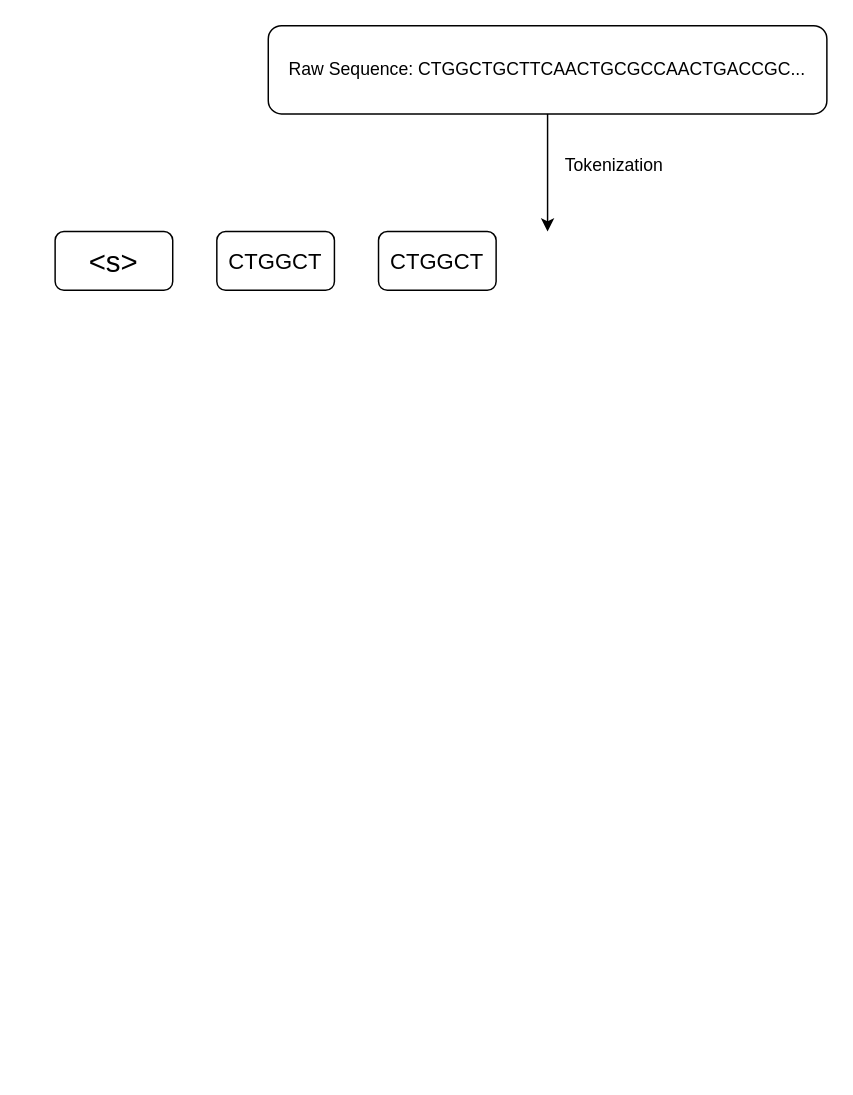
Earlier version of the draw.io diagram images/Model1.drawio (yang-shuai-yu/yang-shuai-yu.github.io). Source tidied: cells renumbered, new cells numbered last; positions are measured from the earlier drawing's top-left corner, leaving out a move shared by most shapes. Both pictures are drawn from the tidied source at 147%, with x=0, y=0 at pixel (54, 25).
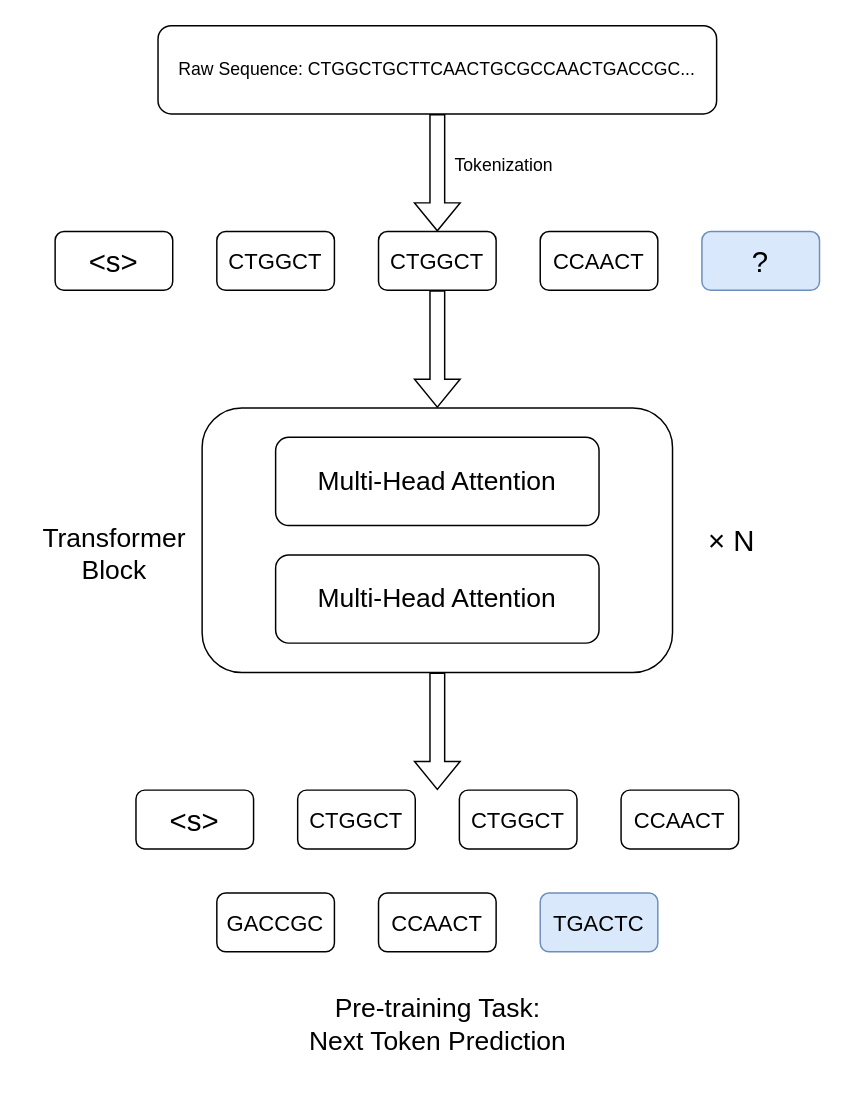
The same page after the edit.

The edit, as a diff of the source:
```diff
@@
     <mxCell id="2" value="Raw Sequence:&amp;nbsp;CTGGCTGCTTCAACTGCGCCAACTGACCGC..." style="rounded=1;whiteSpace=wrap;html=1;" parent="1" vertex="1">
-      <mxGeometry x="145" width="380" height="60" as="geometry" />
+      <mxGeometry x="70" width="380" height="60" as="geometry" />
     </mxCell>
-    <mxCell id="3" style="endArrow=classic;html=1;rounded=0;exitX=0.5;exitY=1;exitDx=0;exitDy=0;" parent="1" edge="1" source="2">
+    <mxCell id="3" style="endArrow=classic;html=1;rounded=0;exitX=0.5;exitY=1;exitDx=0;exitDy=0;strokeWidth=1;shape=flexArrow;" parent="1" edge="1" source="2">
       <mxGeometry relative="1" as="geometry">
-        <mxPoint x="335" y="140" as="targetPoint" />
+        <mxPoint x="260" y="140" as="targetPoint" />
       </mxGeometry>
     </mxCell>
     <mxCell id="4" value="Tokenization" style="text;html=1;align=center;verticalAlign=middle;strokeColor=none;fillColor=none;rotation=0;" parent="1" vertex="1">
-      <mxGeometry x="335" y="80" width="90" height="30" as="geometry" />
+      <mxGeometry x="260" y="80" width="90" height="30" as="geometry" />
     </mxCell>
@@
+    <mxCell id="8" value="&lt;font style=&quot;font-size: 15px;&quot;&gt;CCAACT&lt;/font&gt;" style="rounded=1;whiteSpace=wrap;html=1;" parent="1" vertex="1">
+      <mxGeometry x="330" y="140" width="80" height="40" as="geometry" />
+    </mxCell>
+    <mxCell id="9" value="&lt;font style=&quot;font-size: 20px;&quot;&gt;?&lt;/font&gt;" style="rounded=1;whiteSpace=wrap;html=1;fillColor=#dae8fc;strokeColor=#6c8ebf;" parent="1" vertex="1">
+      <mxGeometry x="440" y="140" width="80" height="40" as="geometry" />
+    </mxCell>
+    <mxCell id="10" style="endArrow=classic;html=1;rounded=0;exitX=0.5;exitY=1;exitDx=0;exitDy=0;strokeWidth=1;shape=flexArrow;" parent="1" edge="1">
+      <mxGeometry relative="1" as="geometry">
+        <mxPoint x="260" y="180" as="sourcePoint" />
+        <mxPoint x="260" y="260" as="targetPoint" />
+      </mxGeometry>
+    </mxCell>
+    <mxCell id="11" style="rounded=1;whiteSpace=wrap;html=1;" parent="1" vertex="1">
+      <mxGeometry x="100" y="260" width="320" height="180" as="geometry" />
+    </mxCell>
+    <mxCell id="12" value="&lt;font style=&quot;font-size: 18px;&quot;&gt;Multi-Head Attention&lt;/font&gt;" style="rounded=1;whiteSpace=wrap;html=1;" parent="1" vertex="1">
+      <mxGeometry x="150" y="280" width="220" height="60" as="geometry" />
+    </mxCell>
+    <mxCell id="13" value="&lt;font style=&quot;font-size: 18px;&quot;&gt;Multi-Head Attention&lt;/font&gt;" style="rounded=1;whiteSpace=wrap;html=1;" parent="1" vertex="1">
+      <mxGeometry x="150" y="360" width="220" height="60" as="geometry" />
+    </mxCell>
+    <mxCell id="14" value="&lt;font style=&quot;font-size: 20px;&quot;&gt;× N&lt;/font&gt;" style="text;html=1;align=center;verticalAlign=middle;strokeColor=none;fillColor=none;" parent="1" vertex="1">
+      <mxGeometry x="430" y="330" width="60" height="40" as="geometry" />
+    </mxCell>
+    <mxCell id="15" value="&lt;font style=&quot;font-size: 20px;&quot;&gt;&amp;lt;s&amp;gt;&lt;/font&gt;" style="rounded=1;whiteSpace=wrap;html=1;" parent="1" vertex="1">
+      <mxGeometry x="55" y="520" width="80" height="40" as="geometry" />
+    </mxCell>
+    <mxCell id="16" value="&lt;font style=&quot;font-size: 15px;&quot;&gt;CTGGCT&lt;/font&gt;" style="rounded=1;whiteSpace=wrap;html=1;" parent="1" vertex="1">
+      <mxGeometry x="165" y="520" width="80" height="40" as="geometry" />
+    </mxCell>
+    <mxCell id="17" value="&lt;font style=&quot;font-size: 15px;&quot;&gt;CTGGCT&lt;/font&gt;" style="rounded=1;whiteSpace=wrap;html=1;" parent="1" vertex="1">
+      <mxGeometry x="275" y="520" width="80" height="40" as="geometry" />
+    </mxCell>
+    <mxCell id="18" value="&lt;font style=&quot;font-size: 15px;&quot;&gt;CCAACT&lt;/font&gt;" style="rounded=1;whiteSpace=wrap;html=1;" parent="1" vertex="1">
+      <mxGeometry x="385" y="520" width="80" height="40" as="geometry" />
+    </mxCell>
+    <mxCell id="19" style="endArrow=classic;html=1;rounded=0;exitX=0.5;exitY=1;exitDx=0;exitDy=0;strokeWidth=1;shape=flexArrow;" parent="1" edge="1">
+      <mxGeometry relative="1" as="geometry">
+        <mxPoint x="260" y="440" as="sourcePoint" />
+        <mxPoint x="260" y="520" as="targetPoint" />
+      </mxGeometry>
+    </mxCell>
+    <mxCell id="20" value="&lt;font style=&quot;font-size: 15px;&quot;&gt;GACCGC&lt;/font&gt;" style="rounded=1;whiteSpace=wrap;html=1;" parent="1" vertex="1">
+      <mxGeometry x="110" y="590" width="80" height="40" as="geometry" />
+    </mxCell>
+    <mxCell id="21" value="&lt;font style=&quot;font-size: 15px;&quot;&gt;CCAACT&lt;/font&gt;" style="rounded=1;whiteSpace=wrap;html=1;" parent="1" vertex="1">
+      <mxGeometry x="220" y="590" width="80" height="40" as="geometry" />
+    </mxCell>
+    <mxCell id="22" value="&lt;font style=&quot;font-size: 15px;&quot;&gt;TGACTC&lt;/font&gt;" style="rounded=1;whiteSpace=wrap;html=1;fillColor=#dae8fc;strokeColor=#6c8ebf;" parent="1" vertex="1">
+      <mxGeometry x="330" y="590" width="80" height="40" as="geometry" />
+    </mxCell>
+    <mxCell id="23" value="&lt;font style=&quot;font-size: 18px;&quot;&gt;Pre-training Task:&lt;/font&gt;&lt;div&gt;&lt;font style=&quot;font-size: 18px;&quot;&gt;Next Token Prediction&lt;/font&gt;&lt;/div&gt;" style="text;html=1;align=center;verticalAlign=middle;strokeColor=none;fillColor=none;" parent="1" vertex="1">
+      <mxGeometry x="160" y="650" width="200" height="60" as="geometry" />
+    </mxCell>
+    <mxCell id="24" value="&lt;font style=&quot;font-size: 18px;&quot;&gt;Transformer&lt;/font&gt;&lt;div&gt;&lt;font style=&quot;font-size: 18px;&quot;&gt;Block&lt;/font&gt;&lt;/div&gt;" style="text;html=1;align=center;verticalAlign=middle;strokeColor=none;fillColor=none;" parent="1" vertex="1">
+      <mxGeometry x="-20" y="330" width="120" height="60" as="geometry" />
+    </mxCell>
```
